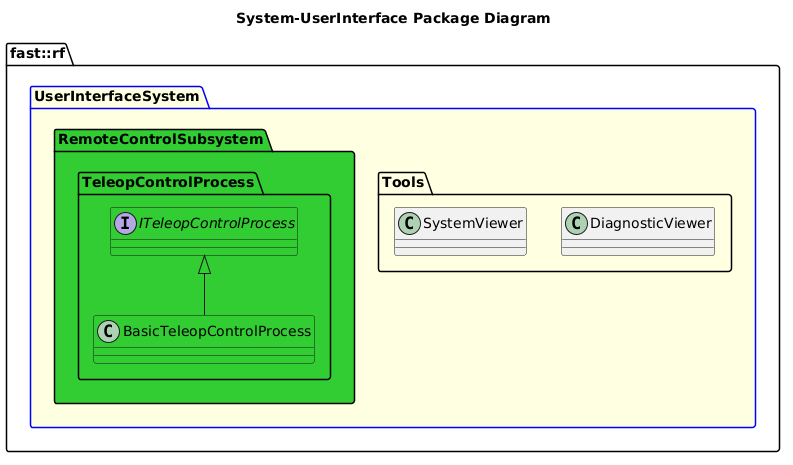
This is Systems/UserInterface/doc/puml/SystemUserInterfacePackageDiagram.png from fastrobotics/robot_framework, a PlantUML export, as it was before one commit.
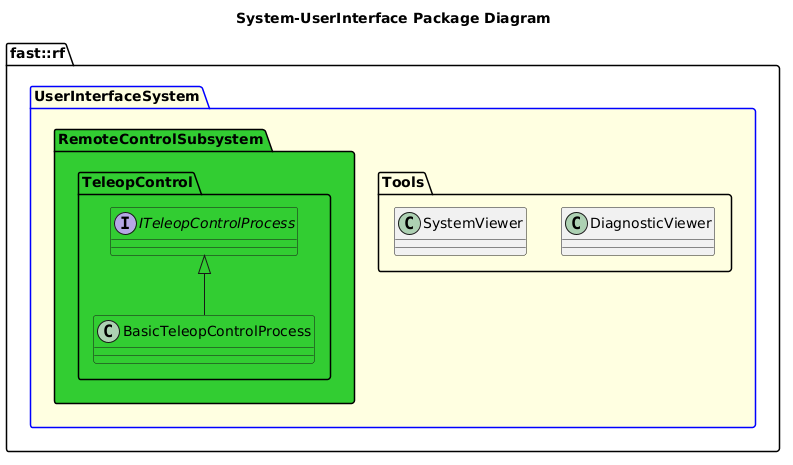
Later version of the same file.

The edit, as a diff of the source:
```diff
@@ -12,7 +12,7 @@
       }
     }
     namespace RemoteControlSubsystem #LimeGreen {
-      namespace TeleopControlProcess #LimeGreen {
+      namespace TeleopControl #LimeGreen {
         interface ITeleopControlProcess #LimeGreen
         class BasicTeleopControlProcess #LimeGreen
         BasicTeleopControlProcess -up-|> ITeleopControlProcess
```
